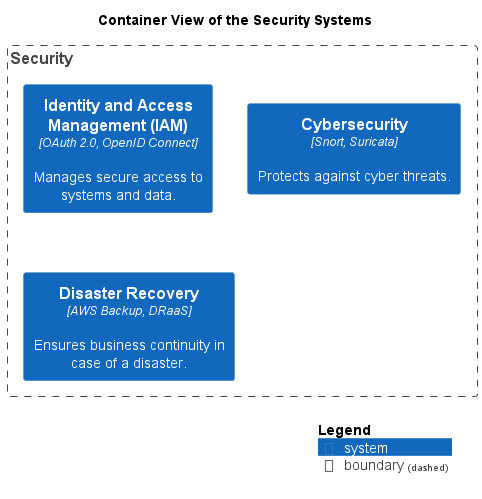
Above: docs/mybank/security/container-view.png in soulspace-org/my-bank-model (PlantUML), before the change.
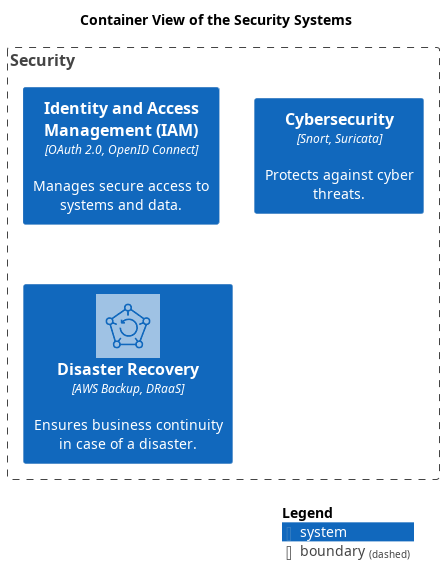
Later version of the same file.

Diff of the diagram source:
```diff
@@ -5,9 +5,10 @@
 !include <azure/AzureCommon>
 !include <azure/AzureC4Integration>
 !include <tupadr3/common>
+!include <awslib14/Storage/Backup>
 
 
-LAYOUT_TOP_DOWN()
+
 
 
 
@@ -16,7 +17,7 @@
 Boundary(mybank_security_contextBoundary, "Security") {
   System(mybank_security_identityAccessManagementSystem, "Identity and Access Management (IAM)", $descr="Manages secure access to systems and data.", $type="OAuth 2.0, OpenID Connect")
   System(mybank_security_cybersecuritySystem, "Cybersecurity", $descr="Protects against cyber threats.", $type="Snort, Suricata")
-  System(mybank_security_disasterRecoverySystem, "Disaster Recovery", $descr="Ensures business continuity in case of a disaster.", $type="AWS Backup, DRaaS")
+  System(mybank_security_disasterRecoverySystem, "Disaster Recovery", $descr="Ensures business continuity in case of a disaster.", $type="AWS Backup, DRaaS", $sprite="Backup")
 }
 SHOW_LEGEND()
 @enduml
```
